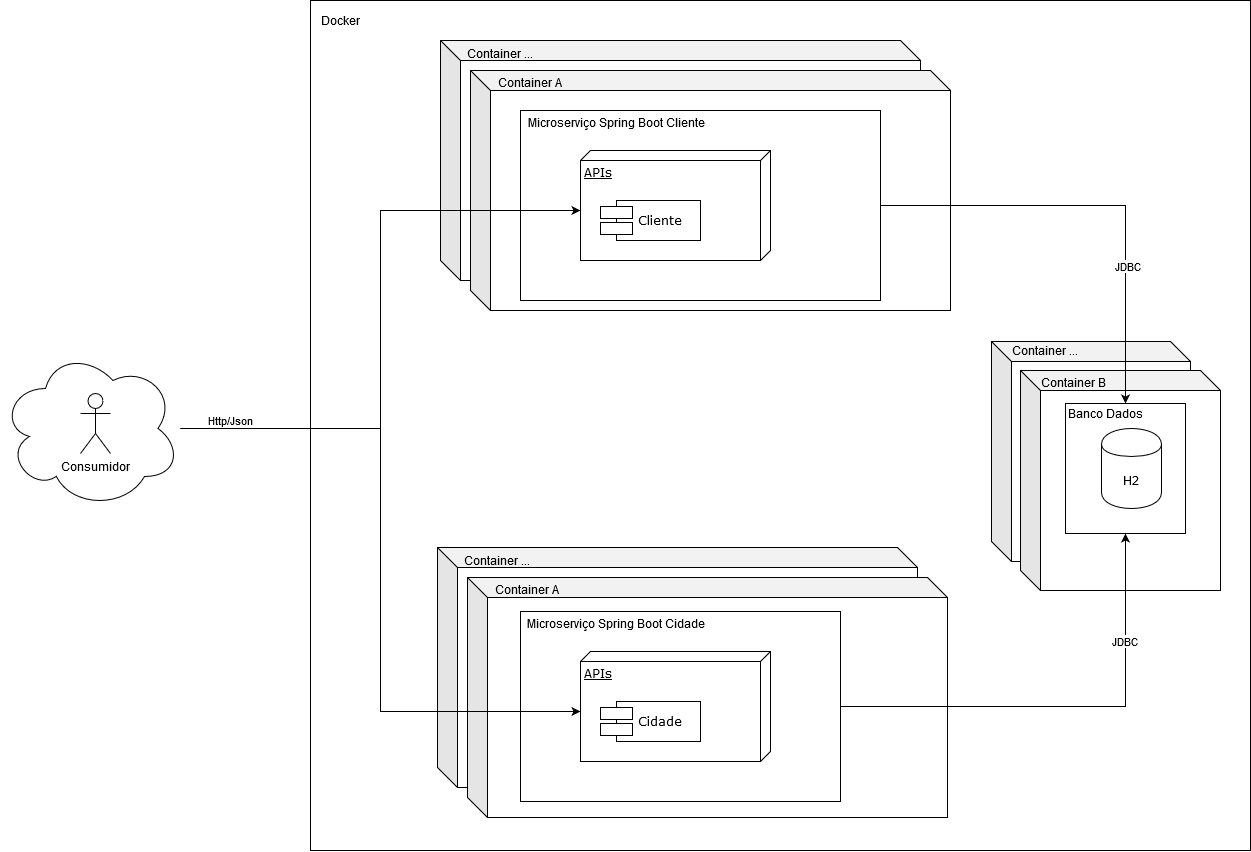
This is artefatos/imagens/Arquitetura_Deployment.png from vitorhora/compasso-backend, a draw.io export, as it was before one commit. Source tidied: cells renumbered, new cells last; positions are measured from the earlier drawing's top-left corner, leaving out a move shared by most shapes.
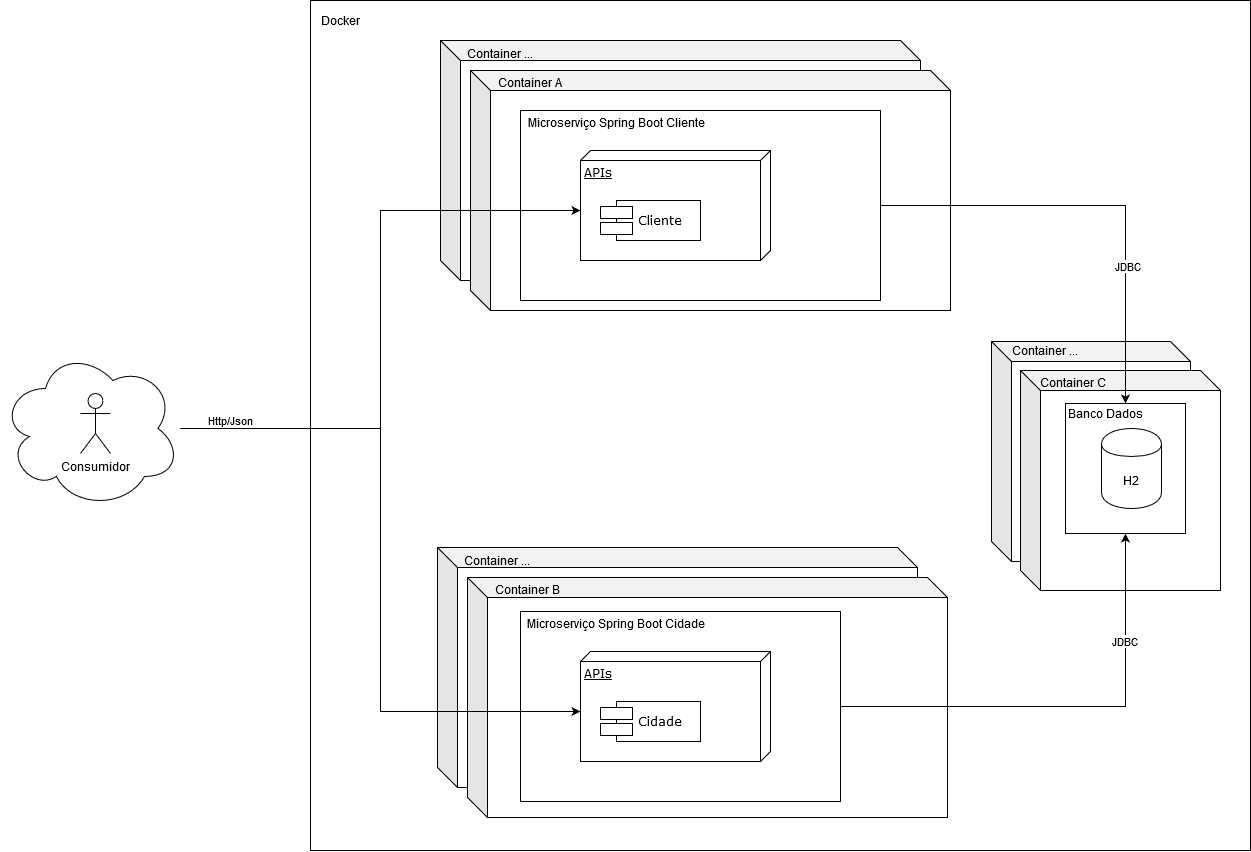
Later version of the same file.

Commit message:
Ajuste arquitetura.

What changed in the source:
```diff
@@ -11,7 +11,7 @@
     <mxCell id="4" style="shape=cube;whiteSpace=wrap;html=1;boundedLbl=1;backgroundOutline=1;darkOpacity=0.05;darkOpacity2=0.1;" parent="1" vertex="1">
       <mxGeometry x="467" y="577" width="480" height="240" as="geometry" />
     </mxCell>
-    <mxCell id="5" value="Container A" style="text;html=1;strokeColor=none;fillColor=none;align=center;verticalAlign=middle;whiteSpace=wrap;rounded=0;" parent="1" vertex="1">
+    <mxCell id="5" value="Container B" style="text;html=1;strokeColor=none;fillColor=none;align=center;verticalAlign=middle;whiteSpace=wrap;rounded=0;" parent="1" vertex="1">
       <mxGeometry x="487" y="579" width="80" height="20" as="geometry" />
     </mxCell>
     <mxCell id="6" value="Container ..." style="text;html=1;strokeColor=none;fillColor=none;align=center;verticalAlign=middle;whiteSpace=wrap;rounded=0;" parent="1" vertex="1">
@@ -130,7 +130,7 @@
     <mxCell id="41" value="Container ..." style="text;html=1;strokeColor=none;fillColor=none;align=center;verticalAlign=middle;whiteSpace=wrap;rounded=0;" parent="1" vertex="1">
       <mxGeometry x="460" y="43" width="80" height="20" as="geometry" />
     </mxCell>
-    <mxCell id="42" value="Container B" style="text;html=1;strokeColor=none;fillColor=none;align=center;verticalAlign=middle;whiteSpace=wrap;rounded=0;" parent="1" vertex="1">
+    <mxCell id="42" value="Container C" style="text;html=1;strokeColor=none;fillColor=none;align=center;verticalAlign=middle;whiteSpace=wrap;rounded=0;" parent="1" vertex="1">
       <mxGeometry x="1033" y="372" width="80" height="20" as="geometry" />
     </mxCell>
     <mxCell id="43" value="Container ..." style="text;html=1;strokeColor=none;fillColor=none;align=center;verticalAlign=middle;whiteSpace=wrap;rounded=0;" parent="1" vertex="1">
```
